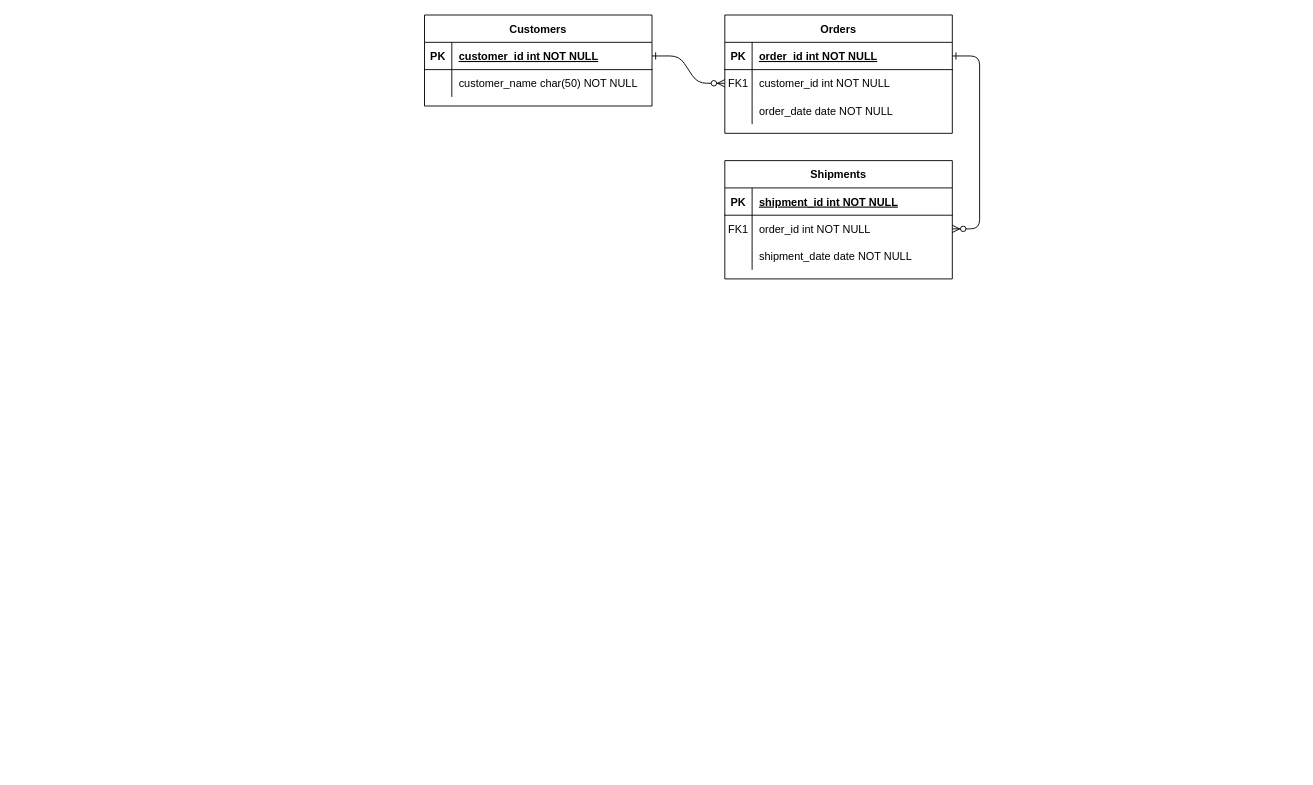
kwoehrer/DatabaseHw keeps this draw.io diagram as Case 11 ERD.drawio. Above is the earlier version. Source tidied: cells renumbered, new cells numbered last; positions are measured from the earlier drawing's top-left corner, leaving out a move shared by most shapes. Both pictures are drawn from the tidied source at 91%, with x=0, y=0 at pixel (424, 15).
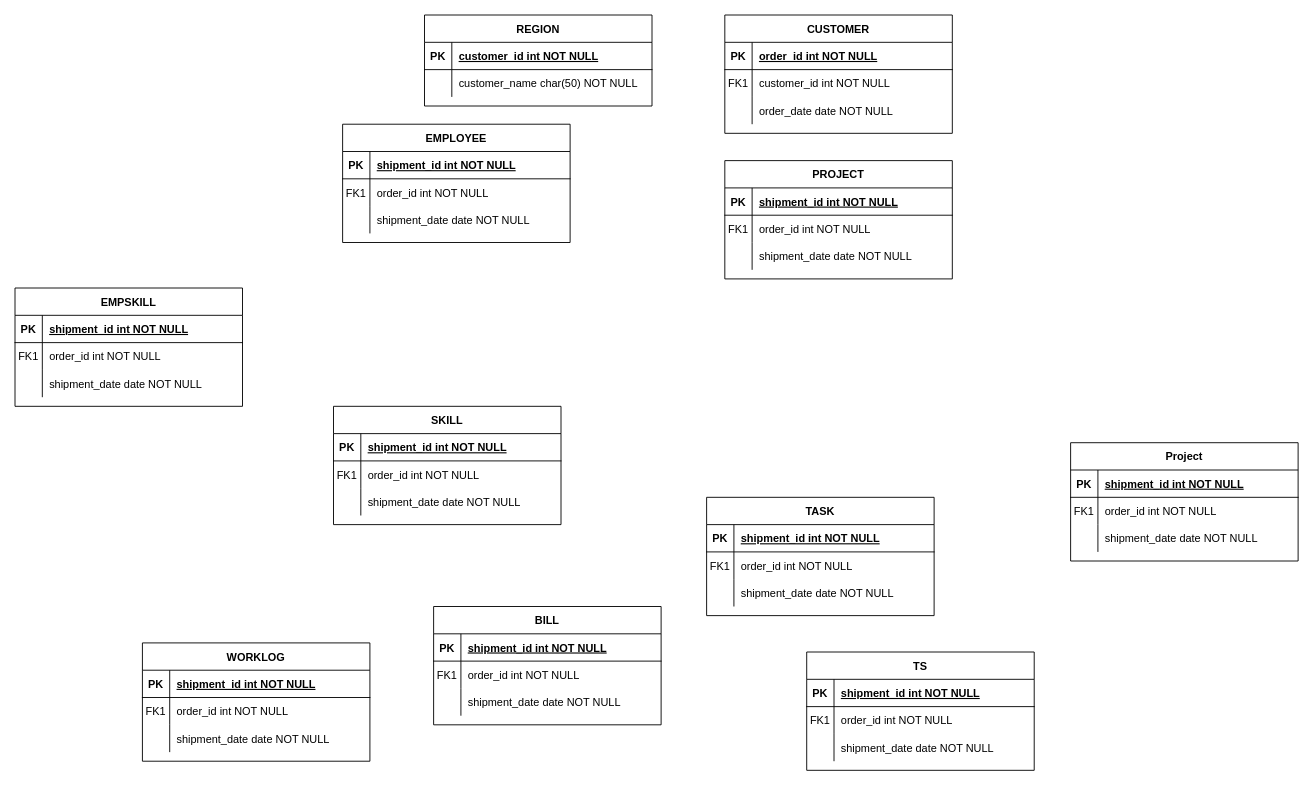
After the change.

Unchanged cells that the change refers to:
```xml
<mxCell id="5" style="shape=partialRectangle;fillColor=none;points=[[0,0.5],[1,0.5]];portConstraint=eastwest;top=0;left=0;right=0;bottom=1;" parent="4" vertex="1">
  <mxGeometry y="30" width="250" height="30" as="geometry" />
</mxCell>
<mxCell id="8" style="shape=partialRectangle;fillColor=none;points=[[0,0.5],[1,0.5]];portConstraint=eastwest;top=0;left=0;right=0;bottom=0;" parent="4" vertex="1">
  <mxGeometry y="60" width="250" height="30" as="geometry" />
</mxCell>
<mxCell id="18" style="shape=partialRectangle;fillColor=none;points=[[0,0.5],[1,0.5]];portConstraint=eastwest;top=0;left=0;right=0;bottom=0;" parent="14" vertex="1">
  <mxGeometry y="60" width="250" height="30" as="geometry" />
</mxCell>
<mxCell id="25" style="shape=partialRectangle;fillColor=none;points=[[0,0.5],[1,0.5]];portConstraint=eastwest;top=0;left=0;right=0;bottom=1;" parent="24" vertex="1">
  <mxGeometry y="30" width="250" height="30" as="geometry" />
</mxCell>
```

Change to the diagram source:
```diff
@@
-    <mxCell id="2" style="edgeStyle=entityRelationEdgeStyle;endArrow=ERzeroToMany;startArrow=ERone;endFill=1;startFill=0;" parent="1" edge="1" source="25" target="8">
-      <mxGeometry relative="1" as="geometry" />
-    </mxCell>
-    <mxCell id="3" style="edgeStyle=entityRelationEdgeStyle;endArrow=ERzeroToMany;startArrow=ERone;endFill=1;startFill=0;" parent="1" edge="1" source="5" target="18">
-      <mxGeometry relative="1" as="geometry" />
-    </mxCell>
-    <mxCell id="4" value="Orders" style="shape=table;startSize=30;childLayout=tableLayout;rowLines=0;fontStyle=1;align=center;" parent="1" vertex="1">
+    <mxCell id="4" value="CUSTOMER" style="shape=table;startSize=30;childLayout=tableLayout;rowLines=0;fontStyle=1;align=center;" parent="1" vertex="1">
       <mxGeometry x="330" width="250" height="130" as="geometry" />
     </mxCell>
@@
-    <mxCell id="14" value="Shipments" style="shape=table;startSize=30;childLayout=tableLayout;rowLines=0;fontStyle=1;align=center;" parent="1" vertex="1">
+    <mxCell id="14" value="PROJECT" style="shape=table;startSize=30;childLayout=tableLayout;rowLines=0;fontStyle=1;align=center;" parent="1" vertex="1">
       <mxGeometry x="330" y="160" width="250" height="130" as="geometry" />
     </mxCell>
@@
-    <mxCell id="24" value="Customers" style="shape=table;startSize=30;childLayout=tableLayout;rowLines=0;fontStyle=1;align=center;" parent="1" vertex="1">
+    <mxCell id="24" value="REGION" style="shape=table;startSize=30;childLayout=tableLayout;rowLines=0;fontStyle=1;align=center;" parent="1" vertex="1">
       <mxGeometry width="250" height="100" as="geometry" />
     </mxCell>
@@
+    <mxCell id="31" value="SKILL" style="shape=table;startSize=30;childLayout=tableLayout;rowLines=0;fontStyle=1;align=center;" parent="1" vertex="1">
+      <mxGeometry x="-100" y="430" width="250" height="130" as="geometry" />
+    </mxCell>
+    <mxCell id="32" style="shape=partialRectangle;fillColor=none;top=0;left=0;right=0;bottom=1;" parent="31" vertex="1">
+      <mxGeometry y="30" width="250" height="30" as="geometry" />
+    </mxCell>
+    <mxCell id="33" value="PK" style="shape=partialRectangle;overflow=hidden;fillColor=none;top=0;left=0;bottom=0;right=0;fontStyle=1;" parent="32" vertex="1">
+      <mxGeometry width="30" height="30" as="geometry" />
+    </mxCell>
+    <mxCell id="34" value="shipment_id int NOT NULL " style="shape=partialRectangle;overflow=hidden;fillColor=none;top=0;left=0;bottom=0;right=0;align=left;spacingLeft=6;fontStyle=5;" parent="32" vertex="1">
+      <mxGeometry x="30" width="220" height="30" as="geometry" />
+    </mxCell>
+    <mxCell id="35" style="shape=partialRectangle;fillColor=none;top=0;left=0;right=0;bottom=0;" parent="31" vertex="1">
+      <mxGeometry y="60" width="250" height="30" as="geometry" />
+    </mxCell>
+    <mxCell id="36" value="FK1" style="shape=partialRectangle;overflow=hidden;fillColor=none;top=0;left=0;bottom=0;right=0;" parent="35" vertex="1">
+      <mxGeometry width="30" height="30" as="geometry" />
+    </mxCell>
+    <mxCell id="37" value="order_id int NOT NULL" style="shape=partialRectangle;overflow=hidden;fillColor=none;top=0;left=0;bottom=0;right=0;align=left;spacingLeft=6;" parent="35" vertex="1">
+      <mxGeometry x="30" width="220" height="30" as="geometry" />
+    </mxCell>
+    <mxCell id="38" style="shape=partialRectangle;fillColor=none;top=0;left=0;right=0;bottom=0;" parent="31" vertex="1">
+      <mxGeometry y="90" width="250" height="30" as="geometry" />
+    </mxCell>
+    <mxCell id="39" style="shape=partialRectangle;overflow=hidden;fillColor=none;top=0;left=0;bottom=0;right=0;" parent="38" vertex="1">
+      <mxGeometry width="30" height="30" as="geometry" />
+    </mxCell>
+    <mxCell id="40" value="shipment_date date NOT NULL" style="shape=partialRectangle;overflow=hidden;fillColor=none;top=0;left=0;bottom=0;right=0;align=left;spacingLeft=6;" parent="38" vertex="1">
+      <mxGeometry x="30" width="220" height="30" as="geometry" />
+    </mxCell>
+    <mxCell id="41" value="EMPLOYEE" style="shape=table;startSize=30;childLayout=tableLayout;rowLines=0;fontStyle=1;align=center;" parent="1" vertex="1">
+      <mxGeometry x="-90" y="120" width="250" height="130" as="geometry" />
+    </mxCell>
+    <mxCell id="42" style="shape=partialRectangle;fillColor=none;top=0;left=0;right=0;bottom=1;" parent="41" vertex="1">
+      <mxGeometry y="30" width="250" height="30" as="geometry" />
+    </mxCell>
+    <mxCell id="43" value="PK" style="shape=partialRectangle;overflow=hidden;fillColor=none;top=0;left=0;bottom=0;right=0;fontStyle=1;" parent="42" vertex="1">
+      <mxGeometry width="30" height="30" as="geometry" />
+    </mxCell>
+    <mxCell id="44" value="shipment_id int NOT NULL " style="shape=partialRectangle;overflow=hidden;fillColor=none;top=0;left=0;bottom=0;right=0;align=left;spacingLeft=6;fontStyle=5;" parent="42" vertex="1">
+      <mxGeometry x="30" width="220" height="30" as="geometry" />
+    </mxCell>
+    <mxCell id="45" style="shape=partialRectangle;fillColor=none;top=0;left=0;right=0;bottom=0;" parent="41" vertex="1">
+      <mxGeometry y="60" width="250" height="30" as="geometry" />
+    </mxCell>
+    <mxCell id="46" value="FK1" style="shape=partialRectangle;overflow=hidden;fillColor=none;top=0;left=0;bottom=0;right=0;" parent="45" vertex="1">
+      <mxGeometry width="30" height="30" as="geometry" />
+    </mxCell>
+    <mxCell id="47" value="order_id int NOT NULL" style="shape=partialRectangle;overflow=hidden;fillColor=none;top=0;left=0;bottom=0;right=0;align=left;spacingLeft=6;" parent="45" vertex="1">
+      <mxGeometry x="30" width="220" height="30" as="geometry" />
+    </mxCell>
+    <mxCell id="48" style="shape=partialRectangle;fillColor=none;top=0;left=0;right=0;bottom=0;" parent="41" vertex="1">
+      <mxGeometry y="90" width="250" height="30" as="geometry" />
+    </mxCell>
+    <mxCell id="49" style="shape=partialRectangle;overflow=hidden;fillColor=none;top=0;left=0;bottom=0;right=0;" parent="48" vertex="1">
+      <mxGeometry width="30" height="30" as="geometry" />
+    </mxCell>
+    <mxCell id="50" value="shipment_date date NOT NULL" style="shape=partialRectangle;overflow=hidden;fillColor=none;top=0;left=0;bottom=0;right=0;align=left;spacingLeft=6;" parent="48" vertex="1">
+      <mxGeometry x="30" width="220" height="30" as="geometry" />
+    </mxCell>
+    <mxCell id="51" value="BILL" style="shape=table;startSize=30;childLayout=tableLayout;rowLines=0;fontStyle=1;align=center;" parent="1" vertex="1">
+      <mxGeometry x="10" y="650" width="250" height="130" as="geometry" />
+    </mxCell>
+    <mxCell id="52" style="shape=partialRectangle;fillColor=none;top=0;left=0;right=0;bottom=1;" parent="51" vertex="1">
+      <mxGeometry y="30" width="250" height="30" as="geometry" />
+    </mxCell>
+    <mxCell id="53" value="PK" style="shape=partialRectangle;overflow=hidden;fillColor=none;top=0;left=0;bottom=0;right=0;fontStyle=1;" parent="52" vertex="1">
+      <mxGeometry width="30" height="30" as="geometry" />
+    </mxCell>
+    <mxCell id="54" value="shipment_id int NOT NULL " style="shape=partialRectangle;overflow=hidden;fillColor=none;top=0;left=0;bottom=0;right=0;align=left;spacingLeft=6;fontStyle=5;" parent="52" vertex="1">
+      <mxGeometry x="30" width="220" height="30" as="geometry" />
+    </mxCell>
+    <mxCell id="55" style="shape=partialRectangle;fillColor=none;top=0;left=0;right=0;bottom=0;" parent="51" vertex="1">
+      <mxGeometry y="60" width="250" height="30" as="geometry" />
+    </mxCell>
+    <mxCell id="56" value="FK1" style="shape=partialRectangle;overflow=hidden;fillColor=none;top=0;left=0;bottom=0;right=0;" parent="55" vertex="1">
+      <mxGeometry width="30" height="30" as="geometry" />
+    </mxCell>
+    <mxCell id="57" value="order_id int NOT NULL" style="shape=partialRectangle;overflow=hidden;fillColor=none;top=0;left=0;bottom=0;right=0;align=left;spacingLeft=6;" parent="55" vertex="1">
+      <mxGeometry x="30" width="220" height="30" as="geometry" />
+    </mxCell>
+    <mxCell id="58" style="shape=partialRectangle;fillColor=none;top=0;left=0;right=0;bottom=0;" parent="51" vertex="1">
+      <mxGeometry y="90" width="250" height="30" as="geometry" />
+    </mxCell>
+    <mxCell id="59" style="shape=partialRectangle;overflow=hidden;fillColor=none;top=0;left=0;bottom=0;right=0;" parent="58" vertex="1">
+      <mxGeometry width="30" height="30" as="geometry" />
+    </mxCell>
+    <mxCell id="60" value="shipment_date date NOT NULL" style="shape=partialRectangle;overflow=hidden;fillColor=none;top=0;left=0;bottom=0;right=0;align=left;spacingLeft=6;" parent="58" vertex="1">
+      <mxGeometry x="30" width="220" height="30" as="geometry" />
+    </mxCell>
+    <mxCell id="61" value="Project" style="shape=table;startSize=30;childLayout=tableLayout;rowLines=0;fontStyle=1;align=center;" parent="1" vertex="1">
+      <mxGeometry x="710" y="470" width="250" height="130" as="geometry" />
+    </mxCell>
+    <mxCell id="62" style="shape=partialRectangle;fillColor=none;top=0;left=0;right=0;bottom=1;" parent="61" vertex="1">
+      <mxGeometry y="30" width="250" height="30" as="geometry" />
+    </mxCell>
+    <mxCell id="63" value="PK" style="shape=partialRectangle;overflow=hidden;fillColor=none;top=0;left=0;bottom=0;right=0;fontStyle=1;" parent="62" vertex="1">
+      <mxGeometry width="30" height="30" as="geometry" />
+    </mxCell>
+    <mxCell id="64" value="shipment_id int NOT NULL " style="shape=partialRectangle;overflow=hidden;fillColor=none;top=0;left=0;bottom=0;right=0;align=left;spacingLeft=6;fontStyle=5;" parent="62" vertex="1">
+      <mxGeometry x="30" width="220" height="30" as="geometry" />
+    </mxCell>
+    <mxCell id="65" style="shape=partialRectangle;fillColor=none;top=0;left=0;right=0;bottom=0;" parent="61" vertex="1">
+      <mxGeometry y="60" width="250" height="30" as="geometry" />
+    </mxCell>
+    <mxCell id="66" value="FK1" style="shape=partialRectangle;overflow=hidden;fillColor=none;top=0;left=0;bottom=0;right=0;" parent="65" vertex="1">
+      <mxGeometry width="30" height="30" as="geometry" />
+    </mxCell>
+    <mxCell id="67" value="order_id int NOT NULL" style="shape=partialRectangle;overflow=hidden;fillColor=none;top=0;left=0;bottom=0;right=0;align=left;spacingLeft=6;" parent="65" vertex="1">
+      <mxGeometry x="30" width="220" height="30" as="geometry" />
+    </mxCell>
+    <mxCell id="68" style="shape=partialRectangle;fillColor=none;top=0;left=0;right=0;bottom=0;" parent="61" vertex="1">
+      <mxGeometry y="90" width="250" height="30" as="geometry" />
+    </mxCell>
+    <mxCell id="69" style="shape=partialRectangle;overflow=hidden;fillColor=none;top=0;left=0;bottom=0;right=0;" parent="68" vertex="1">
+      <mxGeometry width="30" height="30" as="geometry" />
+    </mxCell>
+    <mxCell id="70" value="shipment_date date NOT NULL" style="shape=partialRectangle;overflow=hidden;fillColor=none;top=0;left=0;bottom=0;right=0;align=left;spacingLeft=6;" parent="68" vertex="1">
+      <mxGeometry x="30" width="220" height="30" as="geometry" />
+    </mxCell>
+    <mxCell id="71" value="EMPSKILL" style="shape=table;startSize=30;childLayout=tableLayout;rowLines=0;fontStyle=1;align=center;" parent="1" vertex="1">
+      <mxGeometry x="-450" y="300" width="250" height="130" as="geometry" />
+    </mxCell>
+    <mxCell id="72" style="shape=partialRectangle;fillColor=none;top=0;left=0;right=0;bottom=1;" parent="71" vertex="1">
+      <mxGeometry y="30" width="250" height="30" as="geometry" />
+    </mxCell>
+    <mxCell id="73" value="PK" style="shape=partialRectangle;overflow=hidden;fillColor=none;top=0;left=0;bottom=0;right=0;fontStyle=1;" parent="72" vertex="1">
+      <mxGeometry width="30" height="30" as="geometry" />
+    </mxCell>
+    <mxCell id="74" value="shipment_id int NOT NULL " style="shape=partialRectangle;overflow=hidden;fillColor=none;top=0;left=0;bottom=0;right=0;align=left;spacingLeft=6;fontStyle=5;" parent="72" vertex="1">
+      <mxGeometry x="30" width="220" height="30" as="geometry" />
+    </mxCell>
+    <mxCell id="75" style="shape=partialRectangle;fillColor=none;top=0;left=0;right=0;bottom=0;" parent="71" vertex="1">
+      <mxGeometry y="60" width="250" height="30" as="geometry" />
+    </mxCell>
+    <mxCell id="76" value="FK1" style="shape=partialRectangle;overflow=hidden;fillColor=none;top=0;left=0;bottom=0;right=0;" parent="75" vertex="1">
+      <mxGeometry width="30" height="30" as="geometry" />
+    </mxCell>
+    <mxCell id="77" value="order_id int NOT NULL" style="shape=partialRectangle;overflow=hidden;fillColor=none;top=0;left=0;bottom=0;right=0;align=left;spacingLeft=6;" parent="75" vertex="1">
+      <mxGeometry x="30" width="220" height="30" as="geometry" />
+    </mxCell>
+    <mxCell id="78" style="shape=partialRectangle;fillColor=none;top=0;left=0;right=0;bottom=0;" parent="71" vertex="1">
+      <mxGeometry y="90" width="250" height="30" as="geometry" />
+    </mxCell>
+    <mxCell id="79" style="shape=partialRectangle;overflow=hidden;fillColor=none;top=0;left=0;bottom=0;right=0;" parent="78" vertex="1">
+      <mxGeometry width="30" height="30" as="geometry" />
+    </mxCell>
+    <mxCell id="80" value="shipment_date date NOT NULL" style="shape=partialRectangle;overflow=hidden;fillColor=none;top=0;left=0;bottom=0;right=0;align=left;spacingLeft=6;" parent="78" vertex="1">
+      <mxGeometry x="30" width="220" height="30" as="geometry" />
+    </mxCell>
+    <mxCell id="81" value="TASK" style="shape=table;startSize=30;childLayout=tableLayout;rowLines=0;fontStyle=1;align=center;" parent="1" vertex="1">
+      <mxGeometry x="310" y="530" width="250" height="130" as="geometry" />
+    </mxCell>
+    <mxCell id="82" style="shape=partialRectangle;fillColor=none;top=0;left=0;right=0;bottom=1;" parent="81" vertex="1">
+      <mxGeometry y="30" width="250" height="30" as="geometry" />
+    </mxCell>
+    <mxCell id="83" value="PK" style="shape=partialRectangle;overflow=hidden;fillColor=none;top=0;left=0;bottom=0;right=0;fontStyle=1;" parent="82" vertex="1">
+      <mxGeometry width="30" height="30" as="geometry" />
+    </mxCell>
+    <mxCell id="84" value="shipment_id int NOT NULL " style="shape=partialRectangle;overflow=hidden;fillColor=none;top=0;left=0;bottom=0;right=0;align=left;spacingLeft=6;fontStyle=5;" parent="82" vertex="1">
+      <mxGeometry x="30" width="220" height="30" as="geometry" />
+    </mxCell>
+    <mxCell id="85" style="shape=partialRectangle;fillColor=none;top=0;left=0;right=0;bottom=0;" parent="81" vertex="1">
+      <mxGeometry y="60" width="250" height="30" as="geometry" />
+    </mxCell>
+    <mxCell id="86" value="FK1" style="shape=partialRectangle;overflow=hidden;fillColor=none;top=0;left=0;bottom=0;right=0;" parent="85" vertex="1">
+      <mxGeometry width="30" height="30" as="geometry" />
+    </mxCell>
+    <mxCell id="87" value="order_id int NOT NULL" style="shape=partialRectangle;overflow=hidden;fillColor=none;top=0;left=0;bottom=0;right=0;align=left;spacingLeft=6;" parent="85" vertex="1">
+      <mxGeometry x="30" width="220" height="30" as="geometry" />
+    </mxCell>
+    <mxCell id="88" style="shape=partialRectangle;fillColor=none;top=0;left=0;right=0;bottom=0;" parent="81" vertex="1">
+      <mxGeometry y="90" width="250" height="30" as="geometry" />
+    </mxCell>
+    <mxCell id="89" style="shape=partialRectangle;overflow=hidden;fillColor=none;top=0;left=0;bottom=0;right=0;" parent="88" vertex="1">
+      <mxGeometry width="30" height="30" as="geometry" />
+    </mxCell>
+    <mxCell id="90" value="shipment_date date NOT NULL" style="shape=partialRectangle;overflow=hidden;fillColor=none;top=0;left=0;bottom=0;right=0;align=left;spacingLeft=6;" parent="88" vertex="1">
+      <mxGeometry x="30" width="220" height="30" as="geometry" />
+    </mxCell>
+    <mxCell id="91" value="WORKLOG" style="shape=table;startSize=30;childLayout=tableLayout;rowLines=0;fontStyle=1;align=center;" parent="1" vertex="1">
+      <mxGeometry x="-310" y="690" width="250" height="130" as="geometry" />
+    </mxCell>
+    <mxCell id="92" style="shape=partialRectangle;fillColor=none;top=0;left=0;right=0;bottom=1;" parent="91" vertex="1">
+      <mxGeometry y="30" width="250" height="30" as="geometry" />
+    </mxCell>
+    <mxCell id="93" value="PK" style="shape=partialRectangle;overflow=hidden;fillColor=none;top=0;left=0;bottom=0;right=0;fontStyle=1;" parent="92" vertex="1">
+      <mxGeometry width="30" height="30" as="geometry" />
+    </mxCell>
+    <mxCell id="94" value="shipment_id int NOT NULL " style="shape=partialRectangle;overflow=hidden;fillColor=none;top=0;left=0;bottom=0;right=0;align=left;spacingLeft=6;fontStyle=5;" parent="92" vertex="1">
+      <mxGeometry x="30" width="220" height="30" as="geometry" />
+    </mxCell>
+    <mxCell id="95" style="shape=partialRectangle;fillColor=none;top=0;left=0;right=0;bottom=0;" parent="91" vertex="1">
+      <mxGeometry y="60" width="250" height="30" as="geometry" />
+    </mxCell>
+    <mxCell id="96" value="FK1" style="shape=partialRectangle;overflow=hidden;fillColor=none;top=0;left=0;bottom=0;right=0;" parent="95" vertex="1">
+      <mxGeometry width="30" height="30" as="geometry" />
+    </mxCell>
+    <mxCell id="97" value="order_id int NOT NULL" style="shape=partialRectangle;overflow=hidden;fillColor=none;top=0;left=0;bottom=0;right=0;align=left;spacingLeft=6;" parent="95" vertex="1">
+      <mxGeometry x="30" width="220" height="30" as="geometry" />
+    </mxCell>
+    <mxCell id="98" style="shape=partialRectangle;fillColor=none;top=0;left=0;right=0;bottom=0;" parent="91" vertex="1">
+      <mxGeometry y="90" width="250" height="30" as="geometry" />
+    </mxCell>
+    <mxCell id="99" style="shape=partialRectangle;overflow=hidden;fillColor=none;top=0;left=0;bottom=0;right=0;" parent="98" vertex="1">
+      <mxGeometry width="30" height="30" as="geometry" />
+    </mxCell>
+    <mxCell id="100" value="shipment_date date NOT NULL" style="shape=partialRectangle;overflow=hidden;fillColor=none;top=0;left=0;bottom=0;right=0;align=left;spacingLeft=6;" parent="98" vertex="1">
+      <mxGeometry x="30" width="220" height="30" as="geometry" />
+    </mxCell>
+    <mxCell id="101" value="TS" style="shape=table;startSize=30;childLayout=tableLayout;rowLines=0;fontStyle=1;align=center;" parent="1" vertex="1">
+      <mxGeometry x="420" y="700" width="250" height="130" as="geometry" />
+    </mxCell>
+    <mxCell id="102" style="shape=partialRectangle;fillColor=none;top=0;left=0;right=0;bottom=1;" parent="101" vertex="1">
+      <mxGeometry y="30" width="250" height="30" as="geometry" />
+    </mxCell>
+    <mxCell id="103" value="PK" style="shape=partialRectangle;overflow=hidden;fillColor=none;top=0;left=0;bottom=0;right=0;fontStyle=1;" parent="102" vertex="1">
+      <mxGeometry width="30" height="30" as="geometry" />
+    </mxCell>
+    <mxCell id="104" value="shipment_id int NOT NULL " style="shape=partialRectangle;overflow=hidden;fillColor=none;top=0;left=0;bottom=0;right=0;align=left;spacingLeft=6;fontStyle=5;" parent="102" vertex="1">
+      <mxGeometry x="30" width="220" height="30" as="geometry" />
+    </mxCell>
+    <mxCell id="105" style="shape=partialRectangle;fillColor=none;top=0;left=0;right=0;bottom=0;" parent="101" vertex="1">
+      <mxGeometry y="60" width="250" height="30" as="geometry" />
+    </mxCell>
+    <mxCell id="106" value="FK1" style="shape=partialRectangle;overflow=hidden;fillColor=none;top=0;left=0;bottom=0;right=0;" parent="105" vertex="1">
+      <mxGeometry width="30" height="30" as="geometry" />
+    </mxCell>
+    <mxCell id="107" value="order_id int NOT NULL" style="shape=partialRectangle;overflow=hidden;fillColor=none;top=0;left=0;bottom=0;right=0;align=left;spacingLeft=6;" parent="105" vertex="1">
+      <mxGeometry x="30" width="220" height="30" as="geometry" />
+    </mxCell>
+    <mxCell id="108" style="shape=partialRectangle;fillColor=none;top=0;left=0;right=0;bottom=0;" parent="101" vertex="1">
+      <mxGeometry y="90" width="250" height="30" as="geometry" />
+    </mxCell>
+    <mxCell id="109" style="shape=partialRectangle;overflow=hidden;fillColor=none;top=0;left=0;bottom=0;right=0;" parent="108" vertex="1">
+      <mxGeometry width="30" height="30" as="geometry" />
+    </mxCell>
+    <mxCell id="110" value="shipment_date date NOT NULL" style="shape=partialRectangle;overflow=hidden;fillColor=none;top=0;left=0;bottom=0;right=0;align=left;spacingLeft=6;" parent="108" vertex="1">
+      <mxGeometry x="30" width="220" height="30" as="geometry" />
+    </mxCell>
```
